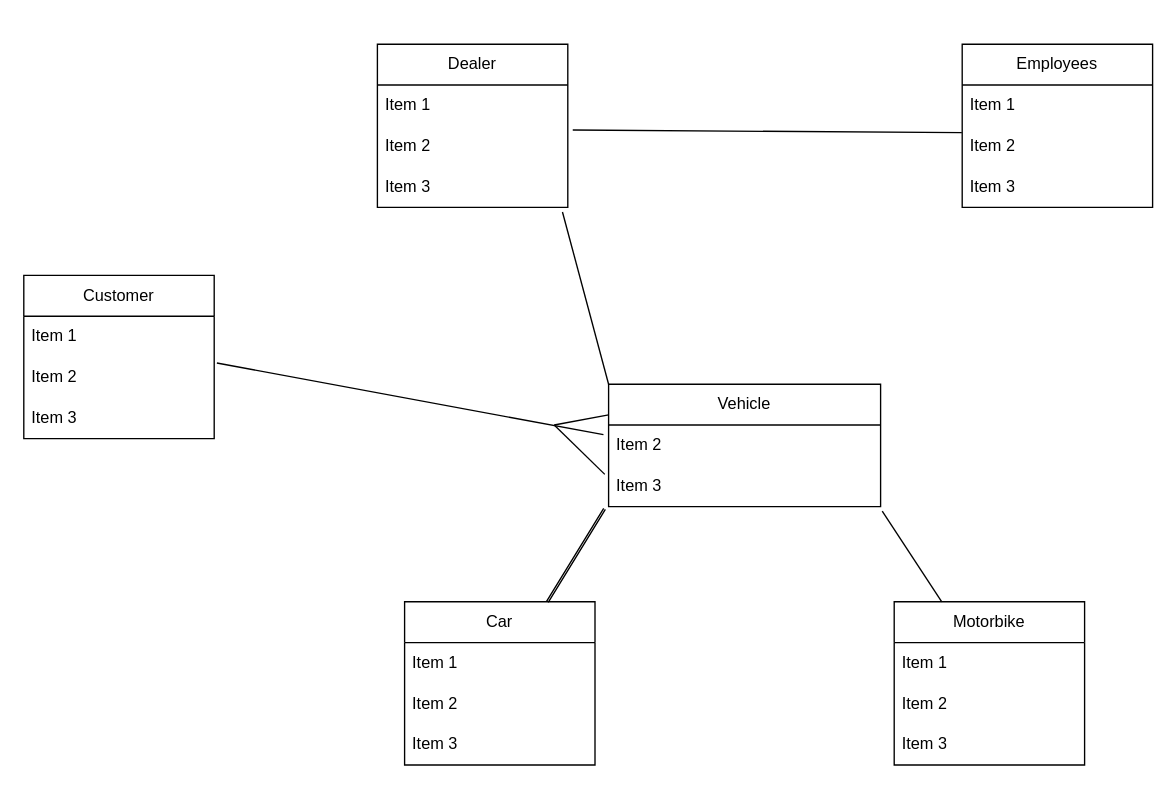
Earlier version of the draw.io diagram Car Dealership.drawio (Justolivr/DatabaseCoursework). Source tidied: cells renumbered, new cells numbered last; positions are measured from the earlier drawing's top-left corner, leaving out a move shared by most shapes. Both pictures are drawn from the tidied source at 136%, with x=0, y=0 at pixel (23, 44).
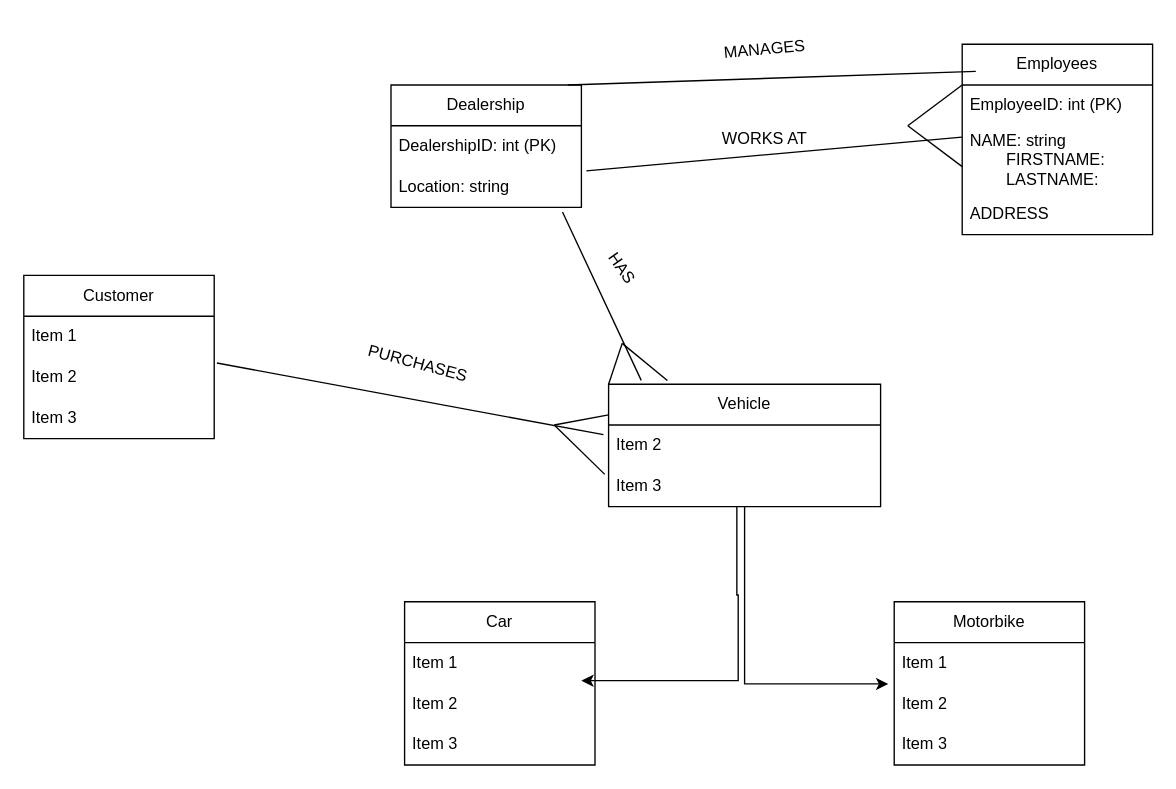
Above is the later version.

Unchanged cells that the change refers to:
```xml
<mxCell id="2" value="Vehicle" style="swimlane;fontStyle=0;horizontal=1;startSize=30;whiteSpace=wrap;html=1;" parent="1" vertex="1">
  <mxGeometry x="430" y="250" width="200" height="90" as="geometry" />
</mxCell>
<mxCell id="4" value="Item 3" style="text;strokeColor=none;fillColor=none;align=left;verticalAlign=middle;spacingLeft=4;spacingRight=4;overflow=hidden;points=[[0,0.5],[1,0.5]];portConstraint=eastwest;whiteSpace=wrap;html=1;" parent="2" vertex="1">
  <mxGeometry y="60" width="200" height="30" as="geometry" />
</mxCell>
<mxCell id="5" value="Car" style="swimlane;fontStyle=0;horizontal=1;startSize=30;whiteSpace=wrap;html=1;" parent="1" vertex="1">
  <mxGeometry x="280" y="410" width="140" height="120" as="geometry" />
</mxCell>
<mxCell id="9" value="Motorbike" style="swimlane;fontStyle=0;horizontal=1;startSize=30;whiteSpace=wrap;html=1;" parent="1" vertex="1">
  <mxGeometry x="640" y="410" width="140" height="120" as="geometry" />
</mxCell>
<mxCell id="11" value="Item 2" style="text;strokeColor=none;fillColor=none;align=left;verticalAlign=middle;spacingLeft=4;spacingRight=4;overflow=hidden;points=[[0,0.5],[1,0.5]];portConstraint=eastwest;whiteSpace=wrap;html=1;" parent="9" vertex="1">
  <mxGeometry y="60" width="140" height="30" as="geometry" />
</mxCell>
```

Diff of the diagram source:
```diff
@@
+    <mxCell id="32" style="edgeStyle=orthogonalEdgeStyle;rounded=0;orthogonalLoop=1;jettySize=auto;html=1;entryX=0.969;entryY=-0.067;entryDx=0;entryDy=0;entryPerimeter=0;" parent="1" edge="1">
+      <mxGeometry relative="1" as="geometry">
+        <mxPoint x="524.3" y="340" as="sourcePoint" />
+        <mxPoint x="410" y="468" as="targetPoint" />
+        <Array as="points">
+          <mxPoint x="524.3" y="405" />
+          <mxPoint x="525.3" y="405" />
+          <mxPoint x="525.3" y="468" />
+        </Array>
+      </mxGeometry>
+    </mxCell>
+    <mxCell id="33" style="edgeStyle=orthogonalEdgeStyle;rounded=0;jettySize=auto;html=1;entryX=-0.031;entryY=0.013;entryDx=0;entryDy=0;entryPerimeter=0;" parent="1" edge="1" source="2" target="11">
+      <mxGeometry relative="1" as="geometry">
+        <Array as="points">
+          <mxPoint x="530" y="470" />
+        </Array>
+      </mxGeometry>
+    </mxCell>
@@
-    <mxCell id="13" style="shape=link;html=1;rounded=0;width=-1.4285714285714288;exitX=-0.015;exitY=1.057;exitDx=0;exitDy=0;exitPerimeter=0;entryX=0.75;entryY=0;entryDx=0;entryDy=0;" parent="1" edge="1" source="4" target="5">
-      <mxGeometry relative="1" as="geometry" />
-    </mxCell>
-    <mxCell id="14" style="endArrow=none;html=1;rounded=0;exitX=1.006;exitY=1.108;exitDx=0;exitDy=0;exitPerimeter=0;entryX=0.25;entryY=0;entryDx=0;entryDy=0;" parent="1" edge="1" source="4" target="9">
-      <mxGeometry relative="1" as="geometry" />
-    </mxCell>
-    <mxCell id="15" value="Dealer" style="swimlane;fontStyle=0;horizontal=1;startSize=30;whiteSpace=wrap;html=1;" parent="1" vertex="1">
-      <mxGeometry x="260" width="140" height="120" as="geometry" />
+    <mxCell id="15" value="Dealership" style="swimlane;fontStyle=0;horizontal=1;startSize=30;whiteSpace=wrap;html=1;" parent="1" vertex="1">
+      <mxGeometry x="270" y="30" width="140" height="90" as="geometry" />
     </mxCell>
-    <mxCell id="16" value="Item 1" style="text;strokeColor=none;fillColor=none;align=left;verticalAlign=middle;spacingLeft=4;spacingRight=4;overflow=hidden;whiteSpace=wrap;html=1;" parent="15" vertex="1">
+    <mxCell id="16" value="DealershipID: int (PK)" style="text;strokeColor=none;fillColor=none;align=left;verticalAlign=middle;spacingLeft=4;spacingRight=4;overflow=hidden;whiteSpace=wrap;html=1;" parent="15" vertex="1">
       <mxGeometry y="30" width="140" height="30" as="geometry" />
     </mxCell>
-    <mxCell id="17" value="Item 2" style="text;strokeColor=none;fillColor=none;align=left;verticalAlign=middle;spacingLeft=4;spacingRight=4;overflow=hidden;points=[[0,0.5],[1,0.5]];portConstraint=eastwest;whiteSpace=wrap;html=1;" parent="15" vertex="1">
+    <mxCell id="17" value="Location: string" style="text;strokeColor=none;fillColor=none;align=left;verticalAlign=middle;spacingLeft=4;spacingRight=4;overflow=hidden;points=[[0,0.5],[1,0.5]];portConstraint=eastwest;whiteSpace=wrap;html=1;" parent="15" vertex="1">
       <mxGeometry y="60" width="140" height="30" as="geometry" />
     </mxCell>
-    <mxCell id="18" value="Item 3" style="text;strokeColor=none;fillColor=none;align=left;verticalAlign=middle;spacingLeft=4;spacingRight=4;overflow=hidden;points=[[0,0.5],[1,0.5]];portConstraint=eastwest;whiteSpace=wrap;html=1;" parent="15" vertex="1">
-      <mxGeometry y="90" width="140" height="30" as="geometry" />
-    </mxCell>
     <mxCell id="19" value="Employees" style="swimlane;fontStyle=0;horizontal=1;startSize=30;whiteSpace=wrap;html=1;" parent="1" vertex="1">
-      <mxGeometry x="690" width="140" height="120" as="geometry" />
+      <mxGeometry x="690" width="140" height="140" as="geometry" />
     </mxCell>
-    <mxCell id="20" value="Item 1" style="text;strokeColor=none;fillColor=none;align=left;verticalAlign=middle;spacingLeft=4;spacingRight=4;overflow=hidden;whiteSpace=wrap;html=1;" parent="19" vertex="1">
+    <mxCell id="20" value="EmployeeID: int (PK)" style="text;strokeColor=none;fillColor=none;align=left;verticalAlign=middle;spacingLeft=4;spacingRight=4;overflow=hidden;whiteSpace=wrap;html=1;" parent="19" vertex="1">
       <mxGeometry y="30" width="140" height="30" as="geometry" />
     </mxCell>
-    <mxCell id="21" value="Item 2" style="text;strokeColor=none;fillColor=none;align=left;verticalAlign=middle;spacingLeft=4;spacingRight=4;overflow=hidden;points=[[0,0.5],[1,0.5]];portConstraint=eastwest;whiteSpace=wrap;html=1;" parent="19" vertex="1">
-      <mxGeometry y="60" width="140" height="30" as="geometry" />
+    <mxCell id="21" value="NAME: string&lt;div&gt;&lt;span style=&quot;white-space: pre;&quot;&gt;&#9;&lt;/span&gt;FIRSTNAME:&lt;br&gt;&lt;/div&gt;&lt;div&gt;&lt;span style=&quot;white-space: pre;&quot;&gt;&#9;&lt;/span&gt;LASTNAME:&lt;br&gt;&lt;/div&gt;" style="text;strokeColor=none;fillColor=none;align=left;verticalAlign=middle;spacingLeft=4;spacingRight=4;overflow=hidden;points=[[0,0.5],[1,0.5]];portConstraint=eastwest;whiteSpace=wrap;html=1;" parent="19" vertex="1">
+      <mxGeometry y="60" width="140" height="50" as="geometry" />
     </mxCell>
-    <mxCell id="22" value="Item 3" style="text;strokeColor=none;fillColor=none;align=left;verticalAlign=middle;spacingLeft=4;spacingRight=4;overflow=hidden;whiteSpace=wrap;html=1;" parent="19" vertex="1">
-      <mxGeometry y="90" width="140" height="30" as="geometry" />
+    <mxCell id="22" value="ADDRESS" style="text;strokeColor=none;fillColor=none;align=left;verticalAlign=middle;spacingLeft=4;spacingRight=4;overflow=hidden;whiteSpace=wrap;html=1;" parent="19" vertex="1">
+      <mxGeometry y="110" width="140" height="30" as="geometry" />
     </mxCell>
@@
-    <mxCell id="27" style="endArrow=none;html=1;rounded=0;exitX=0.972;exitY=1.112;exitDx=0;exitDy=0;exitPerimeter=0;entryX=0;entryY=0;entryDx=0;entryDy=0;" parent="1" edge="1" source="18" target="2">
-      <mxGeometry relative="1" as="geometry" />
+    <mxCell id="27" style="endArrow=none;html=1;rounded=0;exitX=0.972;exitY=1.112;exitDx=0;exitDy=0;exitPerimeter=0;entryX=0.12;entryY=-0.031;entryDx=0;entryDy=0;entryPerimeter=0;" parent="1" edge="1" target="2">
+      <mxGeometry relative="1" as="geometry">
+        <mxPoint x="396.1" y="123.4" as="sourcePoint" />
+      </mxGeometry>
     </mxCell>
@@
+    <mxCell id="34" style="endArrow=none;html=1;rounded=0;entryX=0.216;entryY=-0.031;entryDx=0;entryDy=0;entryPerimeter=0;" parent="1" edge="1" target="2">
+      <mxGeometry relative="1" as="geometry">
+        <mxPoint x="440" y="220" as="sourcePoint" />
+      </mxGeometry>
+    </mxCell>
+    <mxCell id="35" style="endArrow=none;html=1;rounded=0;exitX=0;exitY=0;exitDx=0;exitDy=0;" parent="1" edge="1" source="2">
+      <mxGeometry relative="1" as="geometry">
+        <mxPoint x="440" y="220" as="targetPoint" />
+      </mxGeometry>
+    </mxCell>
+    <mxCell id="36" style="endArrow=none;html=1;rounded=0;" parent="1" edge="1">
+      <mxGeometry relative="1" as="geometry">
+        <mxPoint x="650" y="60" as="sourcePoint" />
+        <mxPoint x="690" y="30" as="targetPoint" />
+      </mxGeometry>
+    </mxCell>
+    <mxCell id="37" style="endArrow=none;html=1;rounded=0;" parent="1" edge="1">
+      <mxGeometry relative="1" as="geometry">
+        <mxPoint x="650" y="60" as="sourcePoint" />
+        <mxPoint x="690" y="90" as="targetPoint" />
+      </mxGeometry>
+    </mxCell>
+    <mxCell id="38" style="endArrow=none;html=1;rounded=0;" parent="1" edge="1">
+      <mxGeometry relative="1" as="geometry">
+        <mxPoint x="400" y="30" as="sourcePoint" />
+        <mxPoint x="700" y="20" as="targetPoint" />
+      </mxGeometry>
+    </mxCell>
+    <mxCell id="39" value="MANAGES" style="text;html=1;align=center;verticalAlign=middle;whiteSpace=wrap;rounded=0;rotation=-5;" parent="1" vertex="1">
+      <mxGeometry x="499.9" y="-11.3" width="90" height="30" as="geometry" />
+    </mxCell>
+    <mxCell id="40" value="WORKS AT" style="text;html=1;align=center;verticalAlign=middle;whiteSpace=wrap;rounded=0;" parent="1" vertex="1">
+      <mxGeometry x="499.9" y="50" width="90" height="40" as="geometry" />
+    </mxCell>
+    <mxCell id="41" value="HAS" style="text;html=1;align=center;verticalAlign=middle;whiteSpace=wrap;rounded=0;rotation=55;" parent="1" vertex="1">
+      <mxGeometry x="410" y="150" width="60" height="30" as="geometry" />
+    </mxCell>
+    <mxCell id="42" value="PURCHASES" style="text;html=1;align=center;verticalAlign=middle;whiteSpace=wrap;rounded=0;rotation=15;" parent="1" vertex="1">
+      <mxGeometry x="260" y="220" width="60" height="30" as="geometry" />
+    </mxCell>
```
